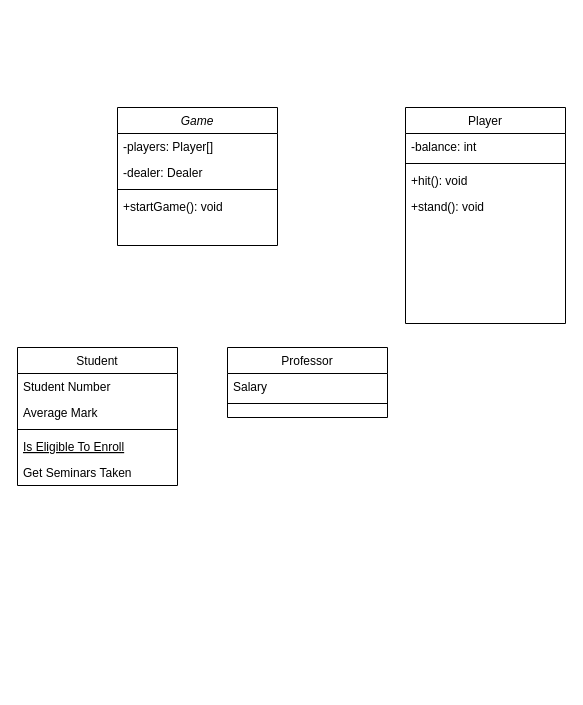
The draw.io diagram lab5/Untitled Diagram.drawio in tsgofficial/software-development, before the edit. Source tidied: cells renumbered, new cells numbered last; positions are measured from the earlier drawing's top-left corner, leaving out a move shared by most shapes. Both pictures are drawn from the tidied source at 100%, with x=0, y=0 at pixel (17, 107).
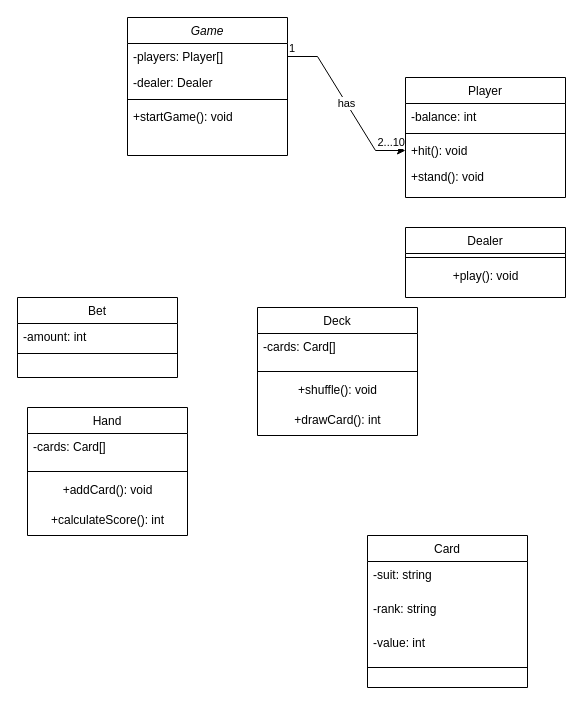
After the change.

Unchanged cells that the change refers to:
```xml
<mxCell id="3" value="-players: Player[]" style="text;align=left;verticalAlign=top;spacingLeft=4;spacingRight=4;overflow=hidden;points=[[0,0.5],[1,0.5]];portConstraint=eastwest;" parent="2" vertex="1">
  <mxGeometry y="26" width="160" height="26" as="geometry" />
</mxCell>
<mxCell id="19" value="+hit(): void" style="text;align=left;verticalAlign=top;spacingLeft=4;spacingRight=4;overflow=hidden;points=[[0,0.5],[1,0.5]];portConstraint=eastwest;" parent="16" vertex="1">
  <mxGeometry y="60" width="160" height="26" as="geometry" />
</mxCell>
```

The edit, as a diff of the source:
```diff
@@
     <mxCell id="2" value="Game" style="swimlane;fontStyle=2;align=center;verticalAlign=top;horizontal=1;startSize=26;rounded=0;shadow=0;strokeWidth=1;" parent="1" vertex="1">
-      <mxGeometry x="100" width="160" height="138" as="geometry" />
+      <mxGeometry x="110" y="-90" width="160" height="138" as="geometry" />
     </mxCell>
@@
-    <mxCell id="7" value="Student" style="swimlane;fontStyle=0;align=center;verticalAlign=top;horizontal=1;startSize=26;rounded=0;shadow=0;strokeWidth=1;" parent="1" vertex="1">
-      <mxGeometry y="240" width="160" height="138" as="geometry" />
+    <mxCell id="7" value="Bet" style="swimlane;fontStyle=0;align=center;verticalAlign=top;horizontal=1;startSize=26;rounded=0;shadow=0;strokeWidth=1;" parent="1" vertex="1">
+      <mxGeometry y="190" width="160" height="80" as="geometry" />
     </mxCell>
-    <mxCell id="8" value="Student Number" style="text;align=left;verticalAlign=top;spacingLeft=4;spacingRight=4;overflow=hidden;" parent="7" vertex="1">
+    <mxCell id="8" value="-amount: int" style="text;align=left;verticalAlign=top;spacingLeft=4;spacingRight=4;overflow=hidden;" parent="7" vertex="1">
       <mxGeometry y="26" width="160" height="26" as="geometry" />
     </mxCell>
-    <mxCell id="9" value="Average Mark" style="text;align=left;verticalAlign=top;spacingLeft=4;spacingRight=4;overflow=hidden;rounded=0;shadow=0;html=0;" parent="7" vertex="1">
-      <mxGeometry y="52" width="160" height="26" as="geometry" />
-    </mxCell>
     <mxCell id="10" style="line;html=1;strokeWidth=1;align=left;verticalAlign=middle;spacingTop=-1;spacingLeft=3;spacingRight=3;labelPosition=right;" parent="7" vertex="1">
-      <mxGeometry y="78" width="160" height="8" as="geometry" />
+      <mxGeometry y="52" width="160" height="8" as="geometry" />
     </mxCell>
-    <mxCell id="11" value="Is Eligible To Enroll" style="text;align=left;verticalAlign=top;spacingLeft=4;spacingRight=4;overflow=hidden;fontStyle=4;" parent="7" vertex="1">
-      <mxGeometry y="86" width="160" height="26" as="geometry" />
-    </mxCell>
-    <mxCell id="12" value="Get Seminars Taken" style="text;align=left;verticalAlign=top;spacingLeft=4;spacingRight=4;overflow=hidden;" parent="7" vertex="1">
-      <mxGeometry y="112" width="160" height="26" as="geometry" />
-    </mxCell>
-    <mxCell id="13" value="Professor" style="swimlane;fontStyle=0;align=center;verticalAlign=top;horizontal=1;startSize=26;rounded=0;shadow=0;strokeWidth=1;" parent="1" vertex="1">
-      <mxGeometry x="210" y="240" width="160" height="70" as="geometry" />
+    <mxCell id="13" value="Dealer" style="swimlane;fontStyle=0;align=center;verticalAlign=top;horizontal=1;startSize=26;rounded=0;shadow=0;strokeWidth=1;" parent="1" vertex="1">
+      <mxGeometry x="388" y="120" width="160" height="70" as="geometry" />
     </mxCell>
-    <mxCell id="14" value="Salary" style="text;align=left;verticalAlign=top;spacingLeft=4;spacingRight=4;overflow=hidden;" parent="13" vertex="1">
-      <mxGeometry y="26" width="160" height="26" as="geometry" />
-    </mxCell>
     <mxCell id="15" style="line;html=1;strokeWidth=1;align=left;verticalAlign=middle;spacingTop=-1;spacingLeft=3;spacingRight=3;labelPosition=right;" parent="13" vertex="1">
-      <mxGeometry y="52" width="160" height="8" as="geometry" />
+      <mxGeometry y="26" width="160" height="8" as="geometry" />
     </mxCell>
+    <mxCell id="21" value="+play(): void" style="text;html=1;align=center;verticalAlign=middle;strokeColor=none;fillColor=none;" parent="13" vertex="1">
+      <mxGeometry y="34" width="160" height="30" as="geometry" />
+    </mxCell>
     <mxCell id="16" value="Player" style="swimlane;fontStyle=0;align=center;verticalAlign=top;horizontal=1;startSize=26;rounded=0;shadow=0;strokeWidth=1;" parent="1" vertex="1">
-      <mxGeometry x="388" width="160" height="216" as="geometry" />
+      <mxGeometry x="388" y="-30" width="160" height="120" as="geometry" />
     </mxCell>
@@
+    <mxCell id="22" value="Hand" style="swimlane;fontStyle=0;align=center;verticalAlign=top;horizontal=1;startSize=26;rounded=0;shadow=0;strokeWidth=1;" parent="1" vertex="1">
+      <mxGeometry x="10" y="300" width="160" height="128" as="geometry" />
+    </mxCell>
+    <mxCell id="23" value="-cards: Card[]&#10;" style="text;align=left;verticalAlign=top;spacingLeft=4;spacingRight=4;overflow=hidden;" parent="22" vertex="1">
+      <mxGeometry y="26" width="160" height="34" as="geometry" />
+    </mxCell>
+    <mxCell id="24" style="line;html=1;strokeWidth=1;align=left;verticalAlign=middle;spacingTop=-1;spacingLeft=3;spacingRight=3;labelPosition=right;" parent="22" vertex="1">
+      <mxGeometry y="60" width="160" height="8" as="geometry" />
+    </mxCell>
+    <mxCell id="25" value="+addCard(): void" style="text;html=1;align=center;verticalAlign=middle;strokeColor=none;fillColor=none;rotation=0;" parent="22" vertex="1">
+      <mxGeometry y="68" width="160" height="30" as="geometry" />
+    </mxCell>
+    <mxCell id="26" value="+calculateScore(): int" style="text;html=1;align=center;verticalAlign=middle;strokeColor=none;fillColor=none;rotation=0;" parent="22" vertex="1">
+      <mxGeometry y="98" width="160" height="30" as="geometry" />
+    </mxCell>
+    <mxCell id="27" value="Deck" style="swimlane;fontStyle=0;align=center;verticalAlign=top;horizontal=1;startSize=26;rounded=0;shadow=0;strokeWidth=1;" parent="1" vertex="1">
+      <mxGeometry x="240" y="200" width="160" height="128" as="geometry" />
+    </mxCell>
+    <mxCell id="28" value="-cards: Card[]&#10;" style="text;align=left;verticalAlign=top;spacingLeft=4;spacingRight=4;overflow=hidden;" parent="27" vertex="1">
+      <mxGeometry y="26" width="160" height="34" as="geometry" />
+    </mxCell>
+    <mxCell id="29" style="line;html=1;strokeWidth=1;align=left;verticalAlign=middle;spacingTop=-1;spacingLeft=3;spacingRight=3;labelPosition=right;" parent="27" vertex="1">
+      <mxGeometry y="60" width="160" height="8" as="geometry" />
+    </mxCell>
+    <mxCell id="30" value="+shuffle(): void" style="text;html=1;align=center;verticalAlign=middle;strokeColor=none;fillColor=none;rotation=0;" parent="27" vertex="1">
+      <mxGeometry y="68" width="160" height="30" as="geometry" />
+    </mxCell>
+    <mxCell id="31" value="+drawCard(): int" style="text;html=1;align=center;verticalAlign=middle;strokeColor=none;fillColor=none;rotation=0;" parent="27" vertex="1">
+      <mxGeometry y="98" width="160" height="30" as="geometry" />
+    </mxCell>
+    <mxCell id="32" value="Card" style="swimlane;fontStyle=0;align=center;verticalAlign=top;horizontal=1;startSize=26;rounded=0;shadow=0;strokeWidth=1;" parent="1" vertex="1">
+      <mxGeometry x="350" y="428" width="160" height="152" as="geometry" />
+    </mxCell>
+    <mxCell id="33" value="-suit: string" style="text;align=left;verticalAlign=top;spacingLeft=4;spacingRight=4;overflow=hidden;" parent="32" vertex="1">
+      <mxGeometry y="26" width="160" height="34" as="geometry" />
+    </mxCell>
+    <mxCell id="34" value="-rank: string" style="text;align=left;verticalAlign=top;spacingLeft=4;spacingRight=4;overflow=hidden;" parent="32" vertex="1">
+      <mxGeometry y="60" width="160" height="34" as="geometry" />
+    </mxCell>
+    <mxCell id="35" value="-value: int" style="text;align=left;verticalAlign=top;spacingLeft=4;spacingRight=4;overflow=hidden;" parent="32" vertex="1">
+      <mxGeometry y="94" width="160" height="34" as="geometry" />
+    </mxCell>
+    <mxCell id="36" style="line;html=1;strokeWidth=1;align=left;verticalAlign=middle;spacingTop=-1;spacingLeft=3;spacingRight=3;labelPosition=right;" parent="32" vertex="1">
+      <mxGeometry y="128" width="160" height="8" as="geometry" />
+    </mxCell>
+    <mxCell id="37" style="endArrow=classic;html=1;rounded=0;entryX=0;entryY=0.5;entryDx=0;entryDy=0;exitX=1;exitY=0.5;exitDx=0;exitDy=0;edgeStyle=entityRelationEdgeStyle;" parent="1" edge="1" source="3" target="19">
+      <mxGeometry relative="1" as="geometry">
+        <Array as="points">
+          <mxPoint x="350" y="50" />
+          <mxPoint x="380" y="10" />
+        </Array>
+      </mxGeometry>
+    </mxCell>
+    <mxCell id="38" value="has" style="edgeLabel;html=1;align=center;verticalAlign=middle;" parent="37" vertex="1">
+      <mxGeometry relative="1" as="geometry" />
+    </mxCell>
+    <mxCell id="39" value="1" style="edgeLabel;html=1;align=left;verticalAlign=bottom;" parent="37" vertex="1">
+      <mxGeometry x="-1" relative="1" as="geometry" />
+    </mxCell>
+    <mxCell id="40" value="2...10" style="edgeLabel;html=1;align=right;verticalAlign=bottom;" parent="37" vertex="1">
+      <mxGeometry x="1" relative="1" as="geometry" />
+    </mxCell>
```
